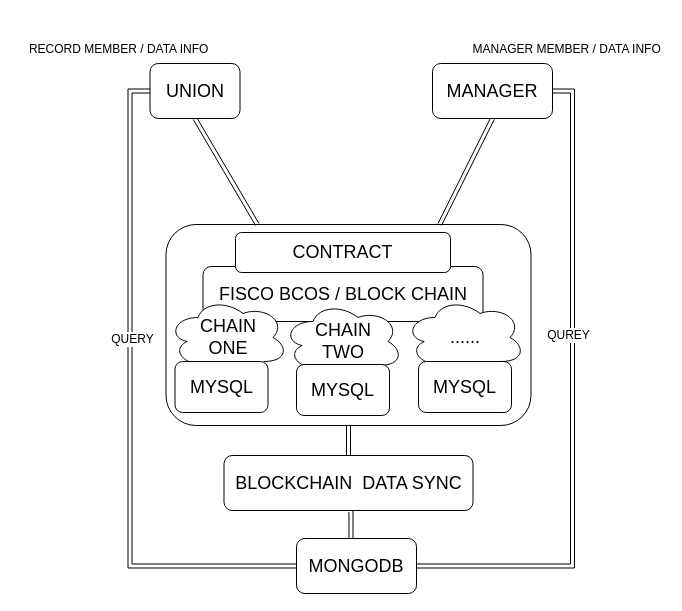
Above: page "联邦服务" (1 of 2) of WEFE 架构.drawio in wingowen/draw.io.app (draw.io), before the change. Source tidied: cells renumbered, new cells numbered last; positions are measured from the earlier drawing's top-left corner, leaving out a move shared by most shapes. Both pictures are drawn from the tidied source at 100%, with x=0, y=0 at pixel (17, 17).
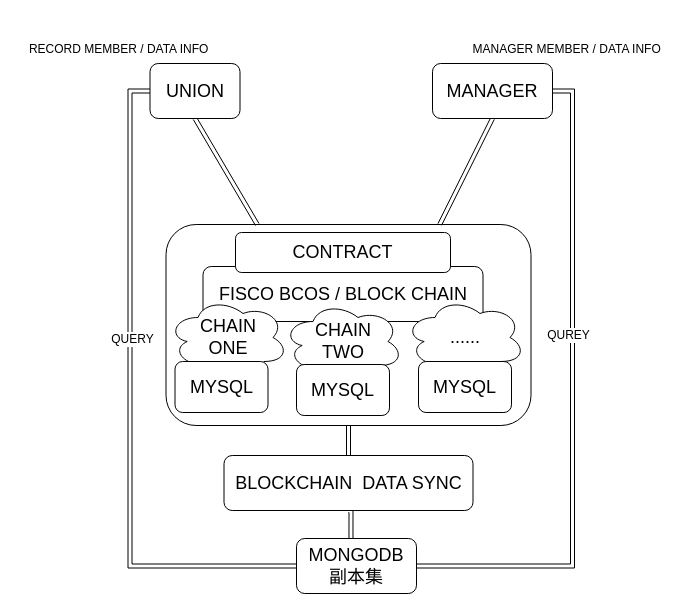
The same diagram, later.

The edit, as a diff of the source:
```diff
@@
-    <mxCell id="20" value="&lt;font style=&quot;font-size: 18px;&quot;&gt;MONGODB&lt;br&gt;&lt;/font&gt;" style="rounded=1;whiteSpace=wrap;html=1;" parent="1" vertex="1">
+    <mxCell id="20" value="&lt;font style=&quot;font-size: 18px;&quot;&gt;MONGODB&lt;br&gt;副本集&lt;br&gt;&lt;/font&gt;" style="rounded=1;whiteSpace=wrap;html=1;" parent="1" vertex="1">
       <mxGeometry x="279" y="521" width="120" height="55" as="geometry" />
     </mxCell>
```
